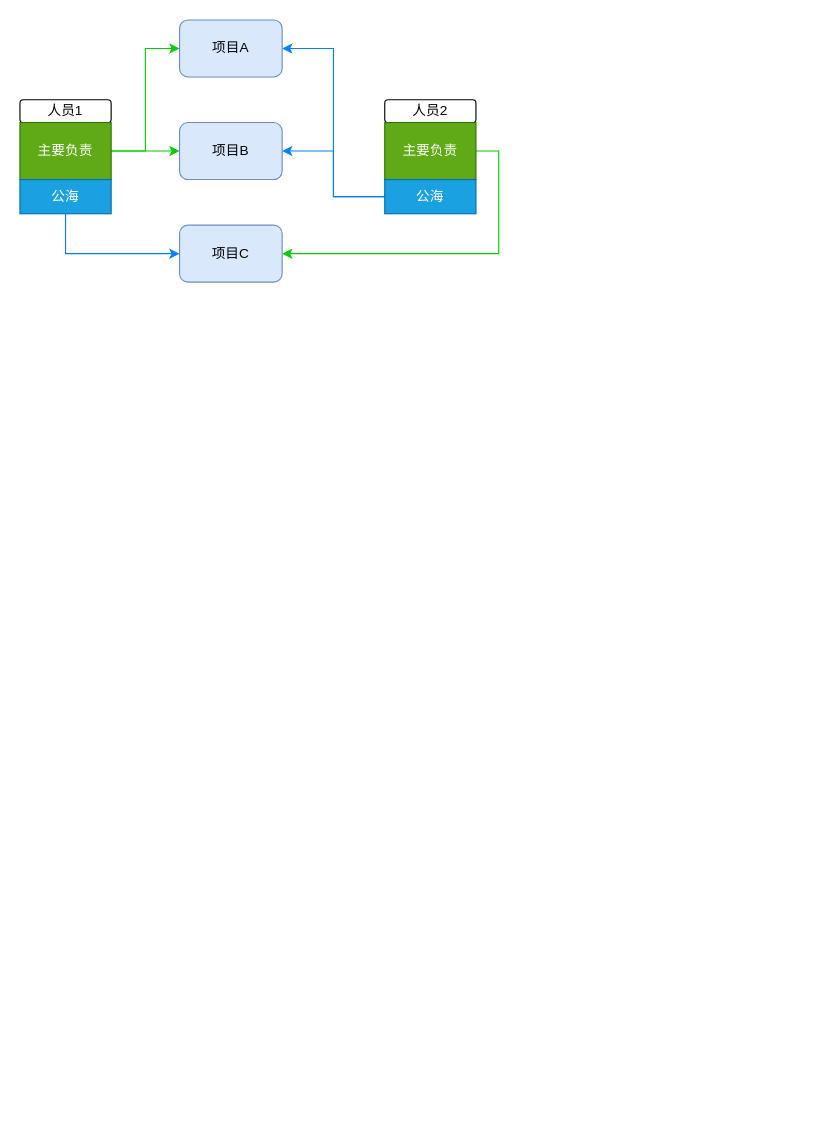
Before: 项目-人员图.drawio in a444878151/draw, a draw.io diagram. Source tidied: cells renumbered, new cells numbered last; positions are measured from the earlier drawing's top-left corner, leaving out a move shared by most shapes. Both pictures are drawn from the tidied source at 114%, with x=0, y=0 at pixel (19, 19).
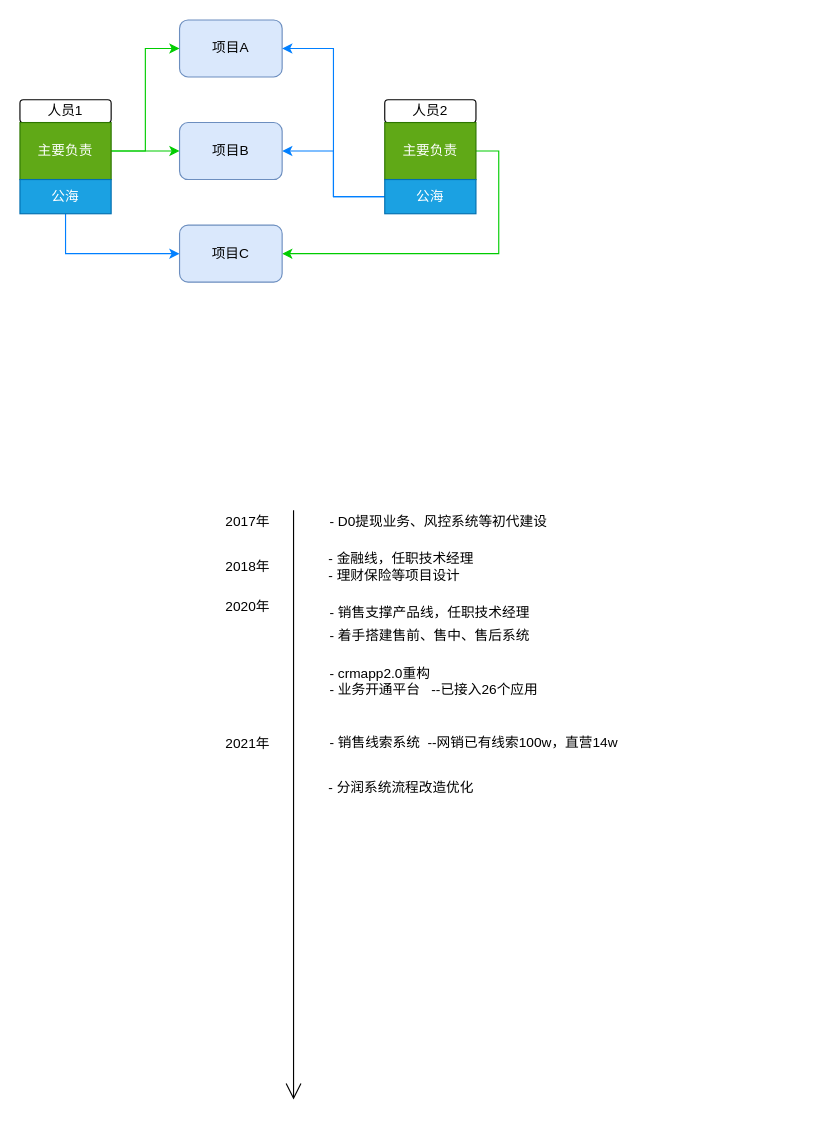
After the change.

Commit message:
更新项目-人员图.drawio

Change to the diagram source:
```diff
@@
+    <mxCell id="17" style="endArrow=open;endFill=1;endSize=12;html=1;rounded=0;" parent="1" edge="1">
+      <mxGeometry relative="1" as="geometry">
+        <mxPoint x="240" y="430" as="sourcePoint" />
+        <mxPoint x="240" y="947" as="targetPoint" />
+      </mxGeometry>
+    </mxCell>
+    <mxCell id="18" value="2017年" style="text;html=1;align=center;verticalAlign=middle;whiteSpace=wrap;rounded=0;" parent="1" vertex="1">
+      <mxGeometry x="170" y="425" width="60" height="30" as="geometry" />
+    </mxCell>
+    <mxCell id="19" value="- D0提现业务、风控系统等初代建设" style="text;html=1;align=left;verticalAlign=middle;whiteSpace=wrap;rounded=0;" parent="1" vertex="1">
+      <mxGeometry x="270" y="430" width="200" height="20" as="geometry" />
+    </mxCell>
+    <mxCell id="20" value="2020年" style="text;html=1;align=center;verticalAlign=middle;whiteSpace=wrap;rounded=0;" parent="1" vertex="1">
+      <mxGeometry x="170" y="500" width="60" height="30" as="geometry" />
+    </mxCell>
+    <mxCell id="21" value="- 销售支撑产品线，任职技术经理" style="text;html=1;align=left;verticalAlign=middle;whiteSpace=wrap;rounded=0;" parent="1" vertex="1">
+      <mxGeometry x="270" y="510" width="420" height="20" as="geometry" />
+    </mxCell>
+    <mxCell id="22" value="- 着手搭建售前、售中、售后系统" style="text;html=1;align=left;verticalAlign=middle;whiteSpace=wrap;rounded=0;" parent="1" vertex="1">
+      <mxGeometry x="270" y="530" width="200" height="20" as="geometry" />
+    </mxCell>
+    <mxCell id="23" value="&lt;div&gt;- crmapp2.0重构&lt;/div&gt;- 业务开通平台&amp;nbsp; &amp;nbsp;--已接入26个应用" style="text;whiteSpace=wrap;html=1;" parent="1" vertex="1">
+      <mxGeometry x="270" y="560" width="190" height="30" as="geometry" />
+    </mxCell>
+    <mxCell id="24" value="- 金融线，任职技术经理&lt;div&gt;- 理财保险等项目设计&lt;/div&gt;" style="text;html=1;align=left;verticalAlign=middle;whiteSpace=wrap;rounded=0;" parent="1" vertex="1">
+      <mxGeometry x="269" y="470" width="160" height="20" as="geometry" />
+    </mxCell>
+    <mxCell id="25" value="2018年" style="text;html=1;align=center;verticalAlign=middle;whiteSpace=wrap;rounded=0;" parent="1" vertex="1">
+      <mxGeometry x="170" y="465" width="60" height="30" as="geometry" />
+    </mxCell>
+    <mxCell id="26" value="2021年" style="text;html=1;align=center;verticalAlign=middle;whiteSpace=wrap;rounded=0;" parent="1" vertex="1">
+      <mxGeometry x="170" y="620" width="60" height="30" as="geometry" />
+    </mxCell>
+    <mxCell id="27" value="- 销售线索系统&amp;nbsp; --网销已有线索100w，直营14w&lt;div&gt;&lt;/div&gt;" style="text;whiteSpace=wrap;html=1;" parent="1" vertex="1">
+      <mxGeometry x="270" y="620" width="320" height="40" as="geometry" />
+    </mxCell>
+    <mxCell id="28" value="- 分润系统流程改造优化&lt;div&gt;&lt;/div&gt;" style="text;whiteSpace=wrap;html=1;" parent="1" vertex="1">
+      <mxGeometry x="269" y="660" width="320" height="40" as="geometry" />
+    </mxCell>
```
